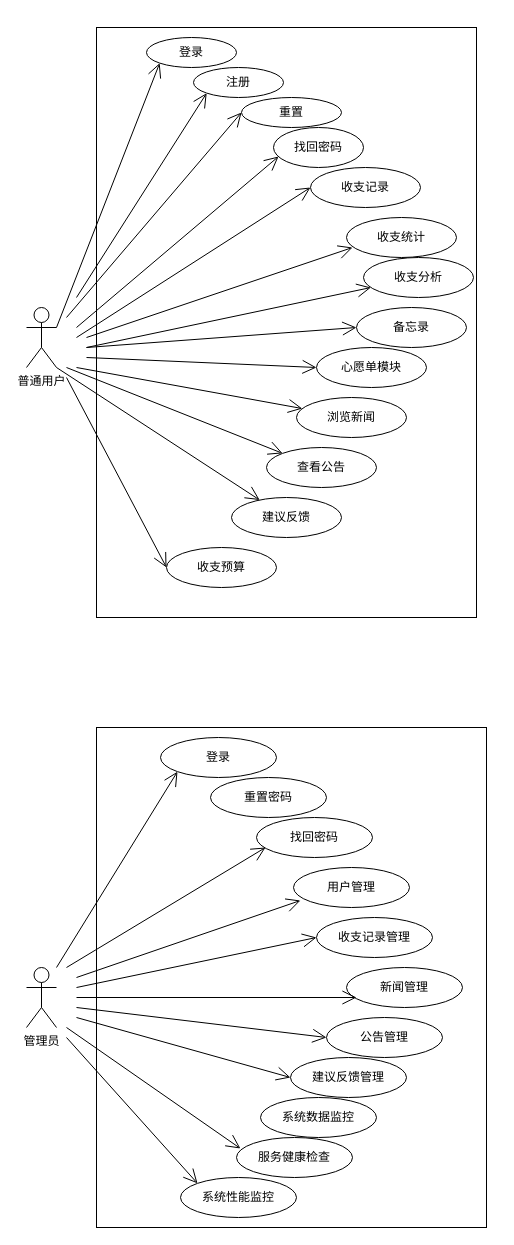
Before: 毕设专用/系统用例图.drawio in KTLeYing/draw-diagram, a draw.io diagram. Source tidied: cells renumbered, new cells numbered last; positions are measured from the earlier drawing's top-left corner, leaving out a move shared by most shapes. Both pictures are drawn from the tidied source at 100%, with x=0, y=0 at pixel (26, 27).
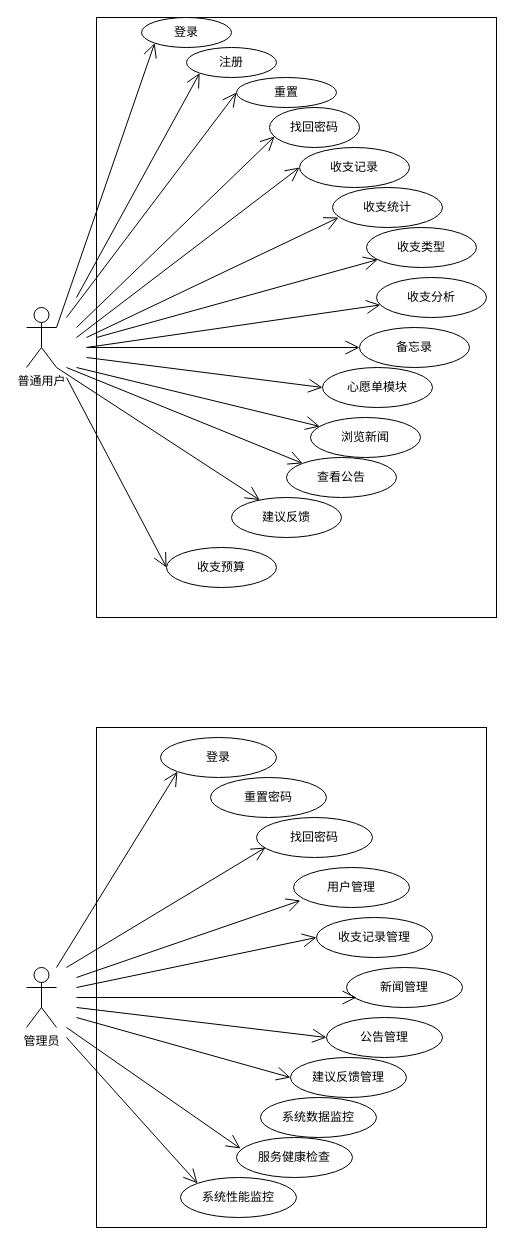
Above is the later version.

Diff of the diagram source:
```diff
@@
     <mxCell id="3" style="html=1;" parent="1" vertex="1">
-      <mxGeometry x="70" width="380" height="590" as="geometry" />
+      <mxGeometry x="70" y="-10" width="400" height="600" as="geometry" />
     </mxCell>
     <mxCell id="4" value="注册" style="ellipse;whiteSpace=wrap;html=1;" parent="1" vertex="1">
-      <mxGeometry x="167" y="40" width="90" height="30" as="geometry" />
+      <mxGeometry x="160" y="20" width="90" height="30" as="geometry" />
     </mxCell>
     <mxCell id="5" value="重置" style="ellipse;whiteSpace=wrap;html=1;" parent="1" vertex="1">
-      <mxGeometry x="215" y="70" width="100" height="30" as="geometry" />
+      <mxGeometry x="210" y="50" width="100" height="30" as="geometry" />
     </mxCell>
     <mxCell id="6" value="找回密码" style="ellipse;whiteSpace=wrap;html=1;" parent="1" vertex="1">
-      <mxGeometry x="247" y="100" width="90" height="40" as="geometry" />
+      <mxGeometry x="243" y="80" width="90" height="40" as="geometry" />
     </mxCell>
     <mxCell id="7" value="收支记录" style="ellipse;whiteSpace=wrap;html=1;" parent="1" vertex="1">
-      <mxGeometry x="284" y="140" width="110" height="40" as="geometry" />
+      <mxGeometry x="273" y="120" width="110" height="40" as="geometry" />
     </mxCell>
     <mxCell id="8" value="浏览新闻" style="ellipse;whiteSpace=wrap;html=1;" parent="1" vertex="1">
-      <mxGeometry x="270" y="370" width="110" height="40" as="geometry" />
+      <mxGeometry x="284" y="390" width="110" height="40" as="geometry" />
     </mxCell>
@@
     <mxCell id="10" value="收支统计" style="ellipse;whiteSpace=wrap;html=1;" parent="1" vertex="1">
-      <mxGeometry x="320" y="190" width="110" height="40" as="geometry" />
+      <mxGeometry x="306" y="160" width="110" height="40" as="geometry" />
     </mxCell>
     <mxCell id="11" value="备忘录" style="ellipse;whiteSpace=wrap;html=1;" parent="1" vertex="1">
-      <mxGeometry x="330" y="280" width="110" height="40" as="geometry" />
+      <mxGeometry x="333" y="300" width="110" height="40" as="geometry" />
     </mxCell>
     <mxCell id="12" value="查看公告" style="ellipse;whiteSpace=wrap;html=1;" parent="1" vertex="1">
-      <mxGeometry x="240" y="420" width="110" height="40" as="geometry" />
+      <mxGeometry x="260" y="430" width="110" height="40" as="geometry" />
     </mxCell>
     <mxCell id="13" value="心愿单模块" style="ellipse;whiteSpace=wrap;html=1;" parent="1" vertex="1">
-      <mxGeometry x="290" y="320" width="110" height="40" as="geometry" />
+      <mxGeometry x="296" y="340" width="110" height="40" as="geometry" />
     </mxCell>
@@
     <mxCell id="15" value="登录" style="ellipse;whiteSpace=wrap;html=1;" parent="1" vertex="1">
-      <mxGeometry x="120" y="10" width="90" height="30" as="geometry" />
+      <mxGeometry x="115" y="-10" width="90" height="30" as="geometry" />
     </mxCell>
@@
     <mxCell id="50" value="收支分析" style="ellipse;whiteSpace=wrap;html=1;" parent="1" vertex="1">
-      <mxGeometry x="337" y="230" width="110" height="40" as="geometry" />
+      <mxGeometry x="350" y="250" width="110" height="40" as="geometry" />
     </mxCell>
@@
+    <mxCell id="52" value="收支类型" style="ellipse;whiteSpace=wrap;html=1;" parent="1" vertex="1">
+      <mxGeometry x="340" y="200" width="110" height="40" as="geometry" />
+    </mxCell>
+    <mxCell id="53" style="endArrow=open;endFill=1;endSize=12;html=1;rounded=0;fontSize=18;" parent="1" edge="1" target="52">
+      <mxGeometry relative="1" as="geometry">
+        <mxPoint x="70" y="310" as="sourcePoint" />
+      </mxGeometry>
+    </mxCell>
```
